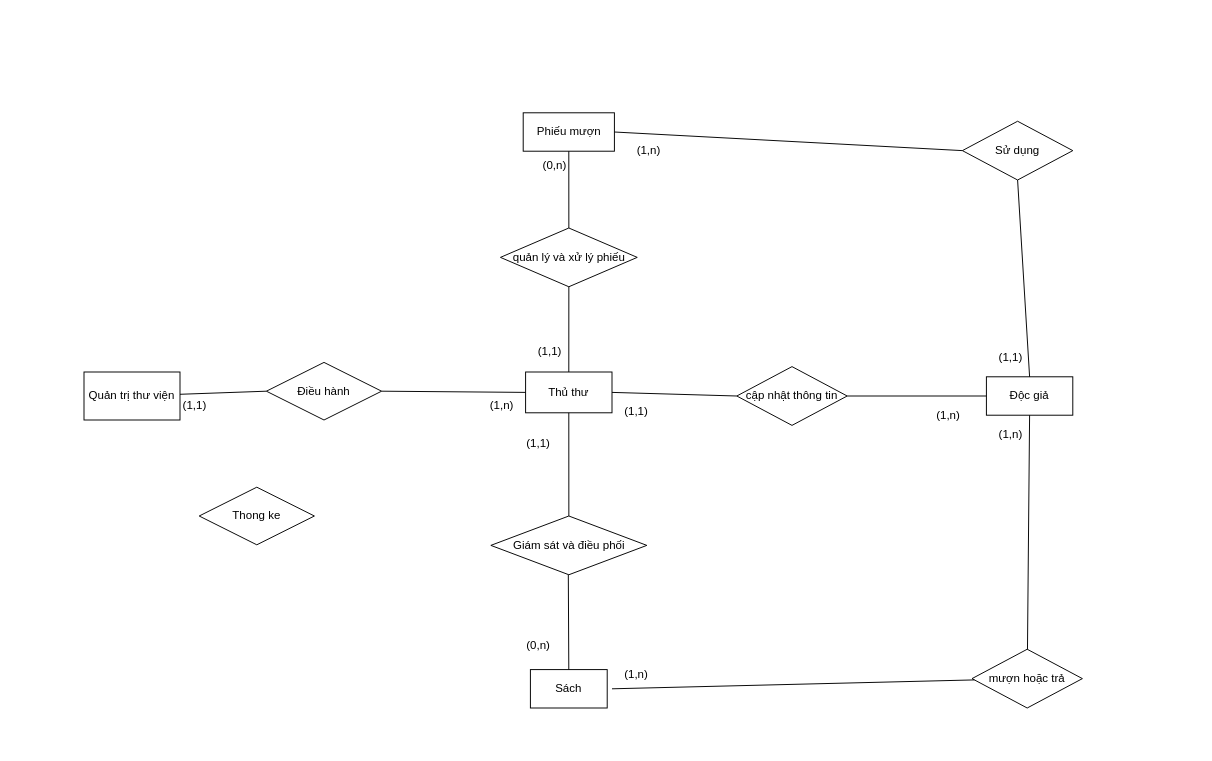
BaoTaoBao/baotaobao520 keeps this draw.io diagram as ERchuavexong.drawio. Above is the earlier version. Source tidied: cells renumbered, new cells numbered last; positions are measured from the earlier drawing's top-left corner, leaving out a move shared by most shapes. Both pictures are drawn from the tidied source at 96%, with x=0, y=0 at pixel (84, 112).
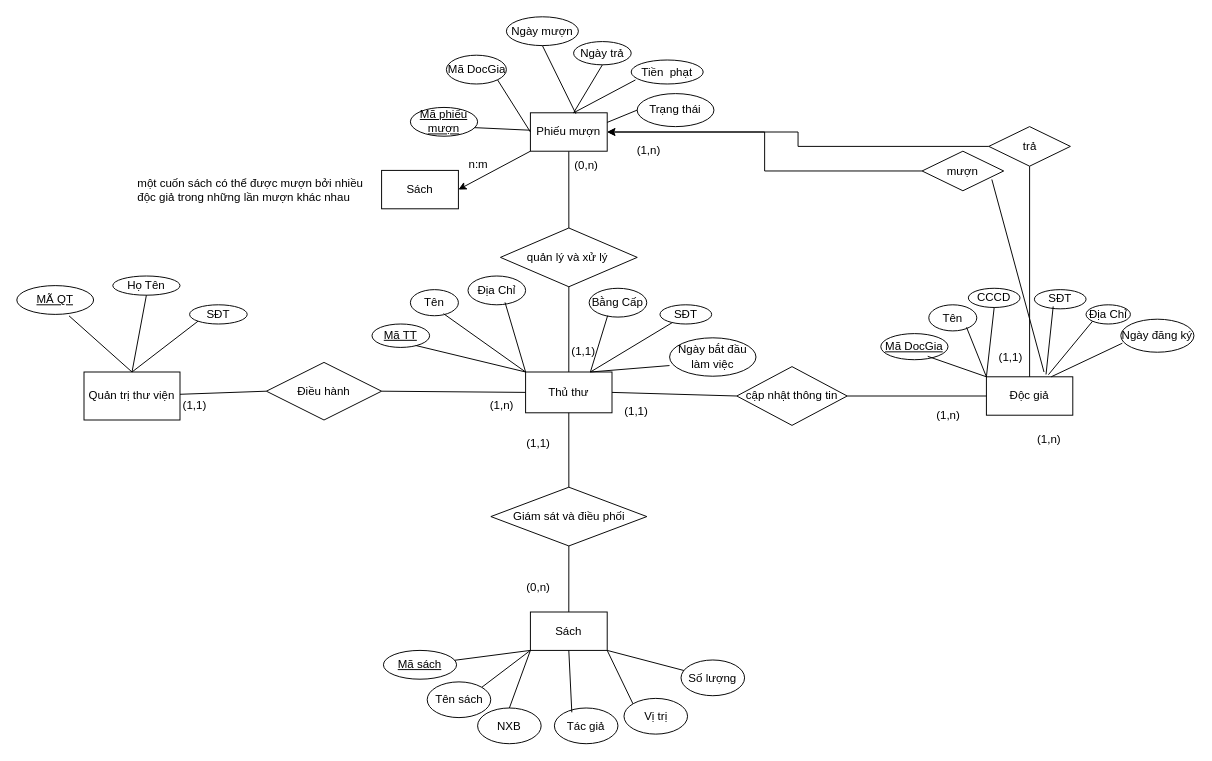
Above is the later version.

Unchanged cells that the change refers to:
```xml
<mxCell id="2" value="Quản trị thư viện" style="whiteSpace=wrap;html=1;align=center;" parent="1" vertex="1">
  <mxGeometry y="270" width="100" height="50" as="geometry" />
</mxCell>
<mxCell id="3" value="Thủ thư" style="rounded=0;whiteSpace=wrap;html=1;" parent="1" vertex="1">
  <mxGeometry x="460" y="270" width="90" height="42.5" as="geometry" />
</mxCell>
<mxCell id="5" value="Độc giả" style="rounded=0;whiteSpace=wrap;html=1;" parent="1" vertex="1">
  <mxGeometry x="940" y="275" width="90" height="40" as="geometry" />
</mxCell>
```

Change to the diagram source:
```diff
@@
     <mxCell id="4" value="Sách" style="rounded=0;whiteSpace=wrap;html=1;" parent="1" vertex="1">
-      <mxGeometry x="465" y="580" width="80" height="40" as="geometry" />
+      <mxGeometry x="465" y="520" width="80" height="40" as="geometry" />
     </mxCell>
@@
-    <mxCell id="6" value="Phiếu mượn" style="rounded=0;whiteSpace=wrap;html=1;" parent="1" vertex="1">
-      <mxGeometry x="457.5" width="95" height="40" as="geometry" />
-    </mxCell>
@@
-    <mxCell id="10" value="Thong ke" style="shape=rhombus;perimeter=rhombusPerimeter;whiteSpace=wrap;html=1;align=center;" parent="1" vertex="1">
-      <mxGeometry x="120" y="390" width="120" height="60" as="geometry" />
-    </mxCell>
     <mxCell id="11" value="Giám sát và điều phối" style="shape=rhombus;perimeter=rhombusPerimeter;whiteSpace=wrap;html=1;align=center;direction=west;" parent="1" vertex="1">
-      <mxGeometry x="423.8" y="420" width="162.5" height="61.2" as="geometry" />
+      <mxGeometry x="423.8" y="390" width="162.5" height="61.2" as="geometry" />
     </mxCell>
     <mxCell id="12" value="(0,n)" style="text;html=1;align=center;verticalAlign=middle;strokeColor=none;fillColor=none;" parent="1" vertex="1">
-      <mxGeometry x="447.5" y="540" width="50" height="30" as="geometry" />
+      <mxGeometry x="447.5" y="480" width="50" height="30" as="geometry" />
     </mxCell>
@@
-    <mxCell id="21" style="endArrow=none;html=1;rounded=0;entryX=0.5;entryY=0;entryDx=0;entryDy=0;exitX=0.5;exitY=0;exitDx=0;exitDy=0;" parent="1" edge="1" target="4">
-      <mxGeometry relative="1" as="geometry">
-        <mxPoint x="504.5" y="481.2" as="sourcePoint" />
-      </mxGeometry>
+    <mxCell id="21" style="endArrow=none;html=1;rounded=0;entryX=0.5;entryY=0;entryDx=0;entryDy=0;exitX=0.5;exitY=0;exitDx=0;exitDy=0;" parent="1" edge="1" source="11" target="4">
+      <mxGeometry relative="1" as="geometry" />
     </mxCell>
@@
-    <mxCell id="23" value="quản lý và xử lý phiếu" style="shape=rhombus;perimeter=rhombusPerimeter;whiteSpace=wrap;html=1;align=center;direction=west;" parent="1" vertex="1">
+    <mxCell id="23" value="quản lý và xử lý&amp;nbsp;" style="shape=rhombus;perimeter=rhombusPerimeter;whiteSpace=wrap;html=1;align=center;direction=west;" parent="1" vertex="1">
       <mxGeometry x="433.8" y="120" width="142.5" height="61.2" as="geometry" />
     </mxCell>
     <mxCell id="24" value="(0,n)" style="text;html=1;align=center;verticalAlign=middle;strokeColor=none;fillColor=none;" parent="1" vertex="1">
-      <mxGeometry x="465" y="40" width="50" height="30" as="geometry" />
+      <mxGeometry x="497.5" y="40" width="50" height="30" as="geometry" />
     </mxCell>
     <mxCell id="25" value="(1,1)" style="text;html=1;align=center;verticalAlign=middle;strokeColor=none;fillColor=none;" parent="1" vertex="1">
-      <mxGeometry x="460" y="234.4" width="50" height="30" as="geometry" />
+      <mxGeometry x="495" y="234.4" width="50" height="30" as="geometry" />
     </mxCell>
@@
+    <mxCell id="38" style="edgeStyle=orthogonalEdgeStyle;rounded=0;jettySize=auto;html=1;" parent="1" edge="1" source="28" target="6">
+      <mxGeometry relative="1" as="geometry" />
+    </mxCell>
-    <mxCell id="28" value="mượn hoặc trả" style="shape=rhombus;perimeter=rhombusPerimeter;whiteSpace=wrap;html=1;align=center;direction=west;" parent="1" vertex="1">
-      <mxGeometry x="925" y="558.8" width="115" height="61.2" as="geometry" />
+    <mxCell id="28" value="mượn" style="shape=rhombus;perimeter=rhombusPerimeter;whiteSpace=wrap;html=1;align=center;direction=west;" parent="1" vertex="1">
+      <mxGeometry x="873" y="40" width="85" height="41.2" as="geometry" />
     </mxCell>
-    <mxCell id="29" style="endArrow=none;html=1;rounded=0;exitX=0.5;exitY=1;exitDx=0;exitDy=0;" parent="1" edge="1" source="5" target="28">
-      <mxGeometry relative="1" as="geometry" />
-    </mxCell>
-    <mxCell id="30" style="endArrow=none;html=1;rounded=0;" parent="1" edge="1" source="28">
-      <mxGeometry relative="1" as="geometry">
-        <mxPoint x="550" y="600" as="targetPoint" />
-      </mxGeometry>
-    </mxCell>
-    <mxCell id="31" value="(1,n)" style="text;html=1;align=center;verticalAlign=middle;strokeColor=none;fillColor=none;" parent="1" vertex="1">
-      <mxGeometry x="550" y="570" width="50" height="30" as="geometry" />
-    </mxCell>
     <mxCell id="32" value="(1,n)" style="text;html=1;align=center;verticalAlign=middle;strokeColor=none;fillColor=none;" parent="1" vertex="1">
-      <mxGeometry x="940" y="320" width="50" height="30" as="geometry" />
+      <mxGeometry x="980" y="325" width="50" height="30" as="geometry" />
     </mxCell>
-    <mxCell id="33" value="Sử dụng" style="shape=rhombus;perimeter=rhombusPerimeter;whiteSpace=wrap;html=1;align=center;direction=west;" parent="1" vertex="1">
-      <mxGeometry x="915" y="8.8" width="115" height="61.2" as="geometry" />
-    </mxCell>
-    <mxCell id="34" style="endArrow=none;html=1;rounded=0;exitX=0.5;exitY=0;exitDx=0;exitDy=0;entryX=0.5;entryY=0;entryDx=0;entryDy=0;" parent="1" edge="1" source="33" target="5">
-      <mxGeometry relative="1" as="geometry" />
+    <mxCell id="34" style="endArrow=none;html=1;rounded=0;exitX=0.145;exitY=0.285;exitDx=0;exitDy=0;exitPerimeter=0;" parent="1" edge="1" source="28">
+      <mxGeometry relative="1" as="geometry">
+        <mxPoint x="1000" y="270" as="targetPoint" />
+      </mxGeometry>
     </mxCell>
-    <mxCell id="35" style="endArrow=none;html=1;rounded=0;exitX=1;exitY=0.5;exitDx=0;exitDy=0;entryX=1;entryY=0.5;entryDx=0;entryDy=0;" parent="1" edge="1" source="33" target="6">
-      <mxGeometry relative="1" as="geometry" />
-    </mxCell>
@@
+    <mxCell id="39" style="edgeStyle=orthogonalEdgeStyle;rounded=0;jettySize=auto;html=1;" parent="1" edge="1" source="40" target="6">
+      <mxGeometry relative="1" as="geometry" />
+    </mxCell>
+    <mxCell id="40" value="trả" style="shape=rhombus;perimeter=rhombusPerimeter;whiteSpace=wrap;html=1;align=center;direction=west;" parent="1" vertex="1">
+      <mxGeometry x="942.5" y="14.4" width="85" height="41.2" as="geometry" />
+    </mxCell>
+    <mxCell id="41" value="MÃ QT" style="ellipse;whiteSpace=wrap;html=1;align=center;fontStyle=4;" parent="1" vertex="1">
+      <mxGeometry x="-70" y="180" width="80" height="30" as="geometry" />
+    </mxCell>
+    <mxCell id="42" value="Họ Tên" style="ellipse;whiteSpace=wrap;html=1;align=center;" parent="1" vertex="1">
+      <mxGeometry x="30" y="170" width="70" height="20" as="geometry" />
+    </mxCell>
+    <mxCell id="43" value="SĐT" style="ellipse;whiteSpace=wrap;html=1;align=center;" parent="1" vertex="1">
+      <mxGeometry x="110" y="200" width="60" height="20" as="geometry" />
+    </mxCell>
+    <mxCell id="44" style="endArrow=none;html=1;rounded=0;exitX=0.68;exitY=1.05;exitDx=0;exitDy=0;entryX=0.5;entryY=0;entryDx=0;entryDy=0;exitPerimeter=0;" parent="1" edge="1" source="41" target="2">
+      <mxGeometry relative="1" as="geometry" />
+    </mxCell>
+    <mxCell id="45" style="endArrow=none;html=1;rounded=0;exitX=0.5;exitY=0;exitDx=0;exitDy=0;entryX=0;entryY=1;entryDx=0;entryDy=0;" parent="1" edge="1" source="2" target="43">
+      <mxGeometry relative="1" as="geometry" />
+    </mxCell>
+    <mxCell id="46" style="endArrow=none;html=1;rounded=0;exitX=0.5;exitY=1;exitDx=0;exitDy=0;" parent="1" edge="1" source="42">
+      <mxGeometry relative="1" as="geometry">
+        <mxPoint x="50" y="270" as="targetPoint" />
+      </mxGeometry>
+    </mxCell>
+    <mxCell id="6" value="Phiếu mượn" style="rounded=0;whiteSpace=wrap;html=1;" parent="1" vertex="1">
+      <mxGeometry x="465" width="80" height="40" as="geometry" />
+    </mxCell>
+    <mxCell id="47" value="Tên" style="ellipse;whiteSpace=wrap;html=1;align=center;" parent="1" vertex="1">
+      <mxGeometry x="340" y="184.2" width="50" height="27.2" as="geometry" />
+    </mxCell>
+    <mxCell id="48" value="Địa Chỉ" style="ellipse;whiteSpace=wrap;html=1;align=center;" parent="1" vertex="1">
+      <mxGeometry x="400" y="170" width="60" height="30" as="geometry" />
+    </mxCell>
+    <mxCell id="49" value="Mã TT" style="ellipse;whiteSpace=wrap;html=1;align=center;fontStyle=4;" parent="1" vertex="1">
+      <mxGeometry x="300" y="220" width="60" height="24.4" as="geometry" />
+    </mxCell>
+    <mxCell id="50" value="Ngày bắt đầu làm việc" style="ellipse;whiteSpace=wrap;html=1;align=center;" parent="1" vertex="1">
+      <mxGeometry x="610" y="234.4" width="90" height="40" as="geometry" />
+    </mxCell>
+    <mxCell id="51" value="Bằng Cấp" style="ellipse;whiteSpace=wrap;html=1;align=center;" parent="1" vertex="1">
+      <mxGeometry x="526.2" y="182.8" width="60" height="30" as="geometry" />
+    </mxCell>
+    <mxCell id="52" style="endArrow=none;html=1;rounded=0;exitX=0.758;exitY=0.917;exitDx=0;exitDy=0;exitPerimeter=0;entryX=0;entryY=0;entryDx=0;entryDy=0;" parent="1" edge="1" source="49" target="3">
+      <mxGeometry relative="1" as="geometry" />
+    </mxCell>
+    <mxCell id="53" style="endArrow=none;html=1;rounded=0;exitX=0.689;exitY=0.92;exitDx=0;exitDy=0;exitPerimeter=0;entryX=0;entryY=0;entryDx=0;entryDy=0;" parent="1" edge="1" source="47" target="3">
+      <mxGeometry relative="1" as="geometry" />
+    </mxCell>
+    <mxCell id="54" style="endArrow=none;html=1;rounded=0;entryX=0.643;entryY=0.917;entryDx=0;entryDy=0;entryPerimeter=0;exitX=0;exitY=0;exitDx=0;exitDy=0;" parent="1" edge="1" source="3" target="48">
+      <mxGeometry relative="1" as="geometry" />
+    </mxCell>
+    <mxCell id="55" style="endArrow=none;html=1;rounded=0;entryX=0.321;entryY=0.95;entryDx=0;entryDy=0;entryPerimeter=0;exitX=0.75;exitY=0;exitDx=0;exitDy=0;" parent="1" edge="1" source="3" target="51">
+      <mxGeometry relative="1" as="geometry" />
+    </mxCell>
+    <mxCell id="56" style="endArrow=none;html=1;rounded=0;entryX=-0.001;entryY=0.722;entryDx=0;entryDy=0;entryPerimeter=0;exitX=0.75;exitY=0;exitDx=0;exitDy=0;" parent="1" edge="1" source="3" target="50">
+      <mxGeometry relative="1" as="geometry" />
+    </mxCell>
+    <mxCell id="57" value="SĐT" style="ellipse;whiteSpace=wrap;html=1;align=center;" parent="1" vertex="1">
+      <mxGeometry x="600" y="200" width="53.8" height="20" as="geometry" />
+    </mxCell>
+    <mxCell id="58" style="endArrow=none;html=1;rounded=0;exitX=0.75;exitY=0;exitDx=0;exitDy=0;" parent="1" edge="1" source="3" target="57">
+      <mxGeometry relative="1" as="geometry" />
+    </mxCell>
+    <mxCell id="59" value="Mã DocGia" style="ellipse;whiteSpace=wrap;html=1;align=center;fontStyle=4;" parent="1" vertex="1">
+      <mxGeometry x="830" y="230" width="70" height="27.2" as="geometry" />
+    </mxCell>
+    <mxCell id="60" value="Tên" style="ellipse;whiteSpace=wrap;html=1;align=center;" parent="1" vertex="1">
+      <mxGeometry x="880" y="200" width="50" height="27.2" as="geometry" />
+    </mxCell>
+    <mxCell id="61" value="Địa Chỉ" style="ellipse;whiteSpace=wrap;html=1;align=center;" parent="1" vertex="1">
+      <mxGeometry x="1043.8" y="200" width="46.2" height="20" as="geometry" />
+    </mxCell>
+    <mxCell id="62" value="SĐT" style="ellipse;whiteSpace=wrap;html=1;align=center;" parent="1" vertex="1">
+      <mxGeometry x="990" y="184.2" width="53.8" height="20" as="geometry" />
+    </mxCell>
+    <mxCell id="63" value="CCCD" style="ellipse;whiteSpace=wrap;html=1;align=center;" parent="1" vertex="1">
+      <mxGeometry x="921.2" y="182.8" width="53.8" height="20" as="geometry" />
+    </mxCell>
+    <mxCell id="64" value="Ngày đăng ký" style="ellipse;whiteSpace=wrap;html=1;align=center;" parent="1" vertex="1">
+      <mxGeometry x="1080" y="215" width="76.2" height="34.4" as="geometry" />
+    </mxCell>
+    <mxCell id="65" value="Mã phiếu mượn" style="ellipse;whiteSpace=wrap;html=1;align=center;fontStyle=4;" parent="1" vertex="1">
+      <mxGeometry x="340" y="-5.6" width="70" height="30" as="geometry" />
+    </mxCell>
+    <mxCell id="66" value="Mã DocGia" style="ellipse;whiteSpace=wrap;html=1;align=center;" parent="1" vertex="1">
+      <mxGeometry x="377.5" y="-60" width="62.5" height="30" as="geometry" />
+    </mxCell>
+    <mxCell id="67" value="Ngày mượn" style="ellipse;whiteSpace=wrap;html=1;align=center;" parent="1" vertex="1">
+      <mxGeometry x="440" y="-100" width="75" height="30" as="geometry" />
+    </mxCell>
+    <mxCell id="68" value="Ngày trả" style="ellipse;whiteSpace=wrap;html=1;align=center;" parent="1" vertex="1">
+      <mxGeometry x="510" y="-74.2" width="60" height="24.2" as="geometry" />
+    </mxCell>
+    <mxCell id="69" value="Tiền&amp;nbsp; phạt" style="ellipse;whiteSpace=wrap;html=1;align=center;" parent="1" vertex="1">
+      <mxGeometry x="570" y="-55" width="75" height="25" as="geometry" />
+    </mxCell>
+    <mxCell id="70" value="Trạng thái" style="ellipse;whiteSpace=wrap;html=1;align=center;" parent="1" vertex="1">
+      <mxGeometry x="576.2" y="-20" width="80" height="34.4" as="geometry" />
+    </mxCell>
+    <mxCell id="71" style="endArrow=none;html=1;rounded=0;exitX=0.955;exitY=0.702;exitDx=0;exitDy=0;exitPerimeter=0;" parent="1" edge="1" source="65" target="6">
+      <mxGeometry relative="1" as="geometry" />
+    </mxCell>
+    <mxCell id="72" style="endArrow=none;html=1;rounded=0;exitX=1;exitY=1;exitDx=0;exitDy=0;entryX=0;entryY=0.5;entryDx=0;entryDy=0;" parent="1" edge="1" source="66" target="6">
+      <mxGeometry relative="1" as="geometry" />
+    </mxCell>
+    <mxCell id="73" style="endArrow=none;html=1;rounded=0;exitX=0.5;exitY=1;exitDx=0;exitDy=0;entryX=0.592;entryY=0.024;entryDx=0;entryDy=0;entryPerimeter=0;" parent="1" edge="1" source="67" target="6">
+      <mxGeometry relative="1" as="geometry" />
+    </mxCell>
+    <mxCell id="74" style="endArrow=none;html=1;rounded=0;entryX=0.5;entryY=1;entryDx=0;entryDy=0;" parent="1" edge="1" target="68">
+      <mxGeometry relative="1" as="geometry">
+        <mxPoint x="510" as="sourcePoint" />
+      </mxGeometry>
+    </mxCell>
+    <mxCell id="75" style="endArrow=none;html=1;rounded=0;exitX=0.059;exitY=0.832;exitDx=0;exitDy=0;exitPerimeter=0;" parent="1" edge="1" source="69">
+      <mxGeometry relative="1" as="geometry">
+        <mxPoint x="510" as="targetPoint" />
+      </mxGeometry>
+    </mxCell>
+    <mxCell id="76" style="endArrow=none;html=1;rounded=0;exitX=0;exitY=0.5;exitDx=0;exitDy=0;entryX=1;entryY=0.25;entryDx=0;entryDy=0;" parent="1" edge="1" source="70" target="6">
+      <mxGeometry relative="1" as="geometry" />
+    </mxCell>
+    <mxCell id="77" style="endArrow=none;html=1;rounded=0;entryX=0.786;entryY=0.862;entryDx=0;entryDy=0;entryPerimeter=0;exitX=0;exitY=0;exitDx=0;exitDy=0;" parent="1" edge="1" source="5" target="60">
+      <mxGeometry relative="1" as="geometry" />
+    </mxCell>
+    <mxCell id="78" style="endArrow=none;html=1;rounded=0;entryX=0.5;entryY=1;entryDx=0;entryDy=0;exitX=0;exitY=0;exitDx=0;exitDy=0;" parent="1" edge="1" source="5" target="63">
+      <mxGeometry relative="1" as="geometry" />
+    </mxCell>
+    <mxCell id="79" style="endArrow=none;html=1;rounded=0;entryX=0.364;entryY=0.875;entryDx=0;entryDy=0;entryPerimeter=0;exitX=0.69;exitY=-0.061;exitDx=0;exitDy=0;exitPerimeter=0;" parent="1" edge="1" source="5" target="62">
+      <mxGeometry relative="1" as="geometry" />
+    </mxCell>
+    <mxCell id="80" style="endArrow=none;html=1;rounded=0;entryX=0;entryY=1;entryDx=0;entryDy=0;exitX=0.718;exitY=-0.055;exitDx=0;exitDy=0;exitPerimeter=0;" parent="1" edge="1" source="5" target="61">
+      <mxGeometry relative="1" as="geometry" />
+    </mxCell>
+    <mxCell id="81" style="endArrow=none;html=1;rounded=0;entryX=0.021;entryY=0.727;entryDx=0;entryDy=0;entryPerimeter=0;exitX=0.75;exitY=0;exitDx=0;exitDy=0;" parent="1" edge="1" source="5" target="64">
+      <mxGeometry relative="1" as="geometry" />
+    </mxCell>
+    <mxCell id="82" style="endArrow=none;html=1;rounded=0;entryX=0.698;entryY=0.87;entryDx=0;entryDy=0;entryPerimeter=0;exitX=0;exitY=0;exitDx=0;exitDy=0;" parent="1" edge="1" source="5" target="59">
+      <mxGeometry relative="1" as="geometry" />
+    </mxCell>
+    <mxCell id="83" value="Mã sách" style="ellipse;whiteSpace=wrap;html=1;align=center;fontStyle=4;" parent="1" vertex="1">
+      <mxGeometry x="311.9" y="560" width="76.2" height="30" as="geometry" />
+    </mxCell>
+    <mxCell id="84" style="endArrow=none;html=1;rounded=0;exitX=0.5;exitY=0;exitDx=0;exitDy=0;entryX=0.5;entryY=0;entryDx=0;entryDy=0;" parent="1" edge="1" source="40" target="5">
+      <mxGeometry relative="1" as="geometry" />
+    </mxCell>
+    <mxCell id="85" value="Sách" style="rounded=0;whiteSpace=wrap;html=1;" parent="1" vertex="1">
+      <mxGeometry x="310" y="60" width="80" height="40" as="geometry" />
+    </mxCell>
+    <mxCell id="86" style="endArrow=classic;html=1;rounded=0;exitX=0;exitY=1;exitDx=0;exitDy=0;" parent="1" edge="1" source="6">
+      <mxGeometry relative="1" as="geometry">
+        <mxPoint x="390" y="80" as="targetPoint" />
+      </mxGeometry>
+    </mxCell>
+    <mxCell id="87" value="Tên sách" style="ellipse;whiteSpace=wrap;html=1;align=center;" parent="1" vertex="1">
+      <mxGeometry x="357.5" y="592.8" width="66.2" height="37.2" as="geometry" />
+    </mxCell>
+    <mxCell id="88" value="Tác giả" style="ellipse;whiteSpace=wrap;html=1;align=center;" parent="1" vertex="1">
+      <mxGeometry x="490" y="620" width="66.2" height="37.2" as="geometry" />
+    </mxCell>
+    <mxCell id="89" value="NXB" style="ellipse;whiteSpace=wrap;html=1;align=center;" parent="1" vertex="1">
+      <mxGeometry x="410" y="620" width="66.2" height="37.2" as="geometry" />
+    </mxCell>
+    <mxCell id="90" value="Số lượng" style="ellipse;whiteSpace=wrap;html=1;align=center;" parent="1" vertex="1">
+      <mxGeometry x="621.9" y="570" width="66.2" height="37.2" as="geometry" />
+    </mxCell>
+    <mxCell id="91" value="Vị trị" style="ellipse;whiteSpace=wrap;html=1;align=center;" parent="1" vertex="1">
+      <mxGeometry x="562.5" y="610" width="66.2" height="37.2" as="geometry" />
+    </mxCell>
+    <mxCell id="92" style="endArrow=none;html=1;rounded=0;entryX=0;entryY=1;entryDx=0;entryDy=0;" parent="1" edge="1" source="83" target="4">
+      <mxGeometry relative="1" as="geometry" />
+    </mxCell>
+    <mxCell id="93" style="endArrow=none;html=1;rounded=0;entryX=0;entryY=1;entryDx=0;entryDy=0;exitX=1;exitY=0;exitDx=0;exitDy=0;" parent="1" edge="1" source="87" target="4">
+      <mxGeometry relative="1" as="geometry" />
+    </mxCell>
+    <mxCell id="94" style="endArrow=none;html=1;rounded=0;entryX=0;entryY=1;entryDx=0;entryDy=0;exitX=0.5;exitY=0;exitDx=0;exitDy=0;" parent="1" edge="1" source="89" target="4">
+      <mxGeometry relative="1" as="geometry" />
+    </mxCell>
+    <mxCell id="95" style="endArrow=none;html=1;rounded=0;exitX=0.274;exitY=0.121;exitDx=0;exitDy=0;exitPerimeter=0;entryX=0.5;entryY=1;entryDx=0;entryDy=0;" parent="1" edge="1" source="88" target="4">
+      <mxGeometry relative="1" as="geometry" />
+    </mxCell>
+    <mxCell id="96" style="endArrow=none;html=1;rounded=0;exitX=0;exitY=0;exitDx=0;exitDy=0;entryX=1;entryY=1;entryDx=0;entryDy=0;" parent="1" edge="1" source="91" target="4">
+      <mxGeometry relative="1" as="geometry" />
+    </mxCell>
+    <mxCell id="97" style="endArrow=none;html=1;rounded=0;entryX=1;entryY=1;entryDx=0;entryDy=0;" parent="1" edge="1" source="90" target="4">
+      <mxGeometry relative="1" as="geometry" />
+    </mxCell>
+    <mxCell id="98" value="n:m" style="text;whiteSpace=wrap;html=1;" parent="1" vertex="1">
+      <mxGeometry x="398.8" y="40" width="20" height="30" as="geometry" />
+    </mxCell>
+    <mxCell id="99" value="một cuốn sách có thể được mượn bởi nhiều &lt;br&gt;độc giả trong những lần mượn khác nhau" style="text;whiteSpace=wrap;html=1;" parent="1" vertex="1">
+      <mxGeometry x="53.8" y="60" width="246.2" height="40" as="geometry" />
+    </mxCell>
```
